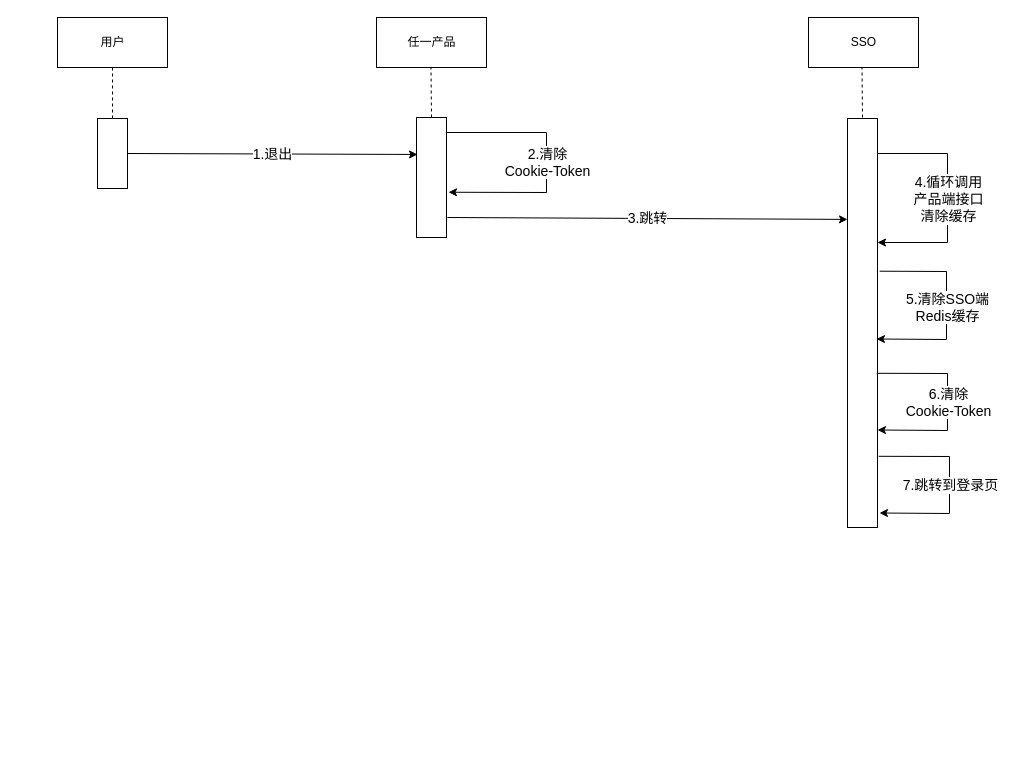
The draw.io diagram Project/SSO-退出.drawio in hao15239129517/drawio, before the edit. Source tidied: cells renumbered, new cells numbered last; positions are measured from the earlier drawing's top-left corner, leaving out a move shared by most shapes. Both pictures are drawn from the tidied source at 100%, with x=0, y=0 at pixel (57, 17).
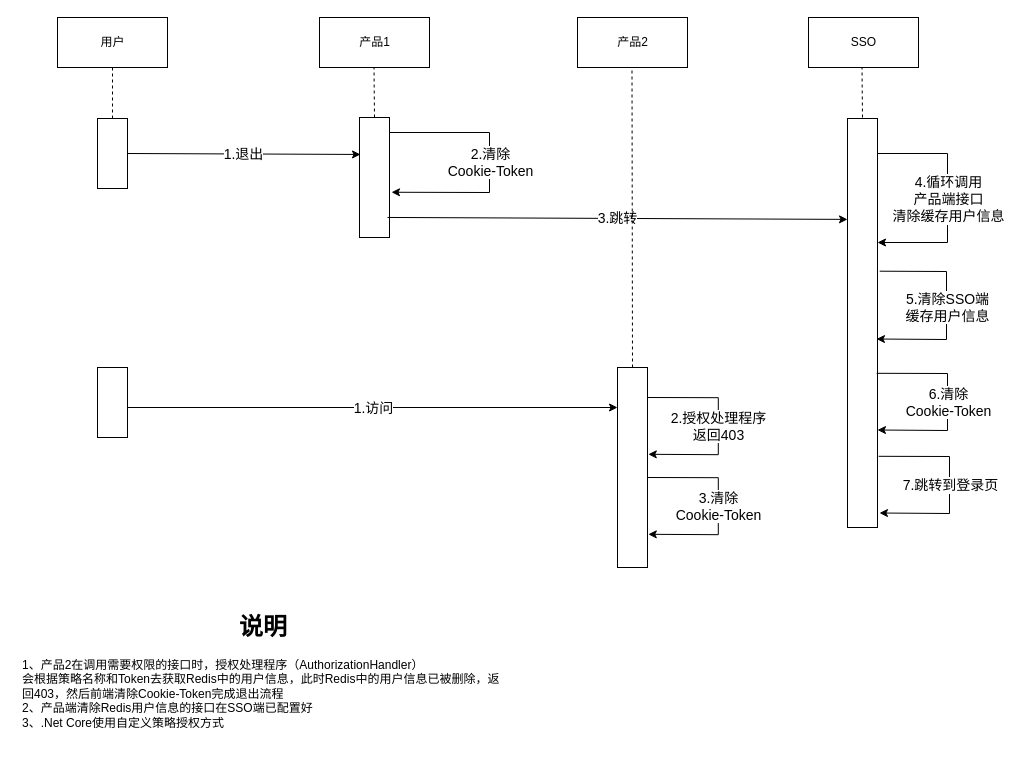
Above is the later version.

Unchanged cells that the change refers to:
```xml
<mxCell id="13" style="endArrow=classic;html=1;rounded=0;strokeWidth=1;fontSize=14;entryX=1;entryY=0.5;entryDx=0;entryDy=0;exitX=1.107;exitY=0.437;exitDx=0;exitDy=0;exitPerimeter=0;" parent="1" edge="1">
  <mxGeometry relative="1" as="geometry">
    <mxPoint x="822.2" y="253.7" as="sourcePoint" />
    <mxPoint x="819" y="321.5" as="targetPoint" />
    <Array as="points">
      <mxPoint x="889" y="254" />
      <mxPoint x="889" y="322" />
    </Array>
  </mxGeometry>
</mxCell>
<mxCell id="21" style="endArrow=classic;html=1;rounded=0;strokeWidth=1;fontSize=14;" parent="1" edge="1">
  <mxGeometry relative="1" as="geometry">
    <mxPoint x="820" y="136" as="sourcePoint" />
    <mxPoint x="820" y="225" as="targetPoint" />
    <Array as="points">
      <mxPoint x="890" y="136" />
      <mxPoint x="890" y="225" />
    </Array>
  </mxGeometry>
</mxCell>
```

Diff of the diagram source:
```diff
@@
-    <mxCell id="4" value="任一产品" style="html=1;" parent="1" vertex="1">
-      <mxGeometry x="319" width="110" height="50" as="geometry" />
+    <mxCell id="4" value="产品1" style="html=1;" parent="1" vertex="1">
+      <mxGeometry x="262" width="110" height="50" as="geometry" />
     </mxCell>
@@
     <mxCell id="9" style="rounded=0;whiteSpace=wrap;html=1;" parent="1" vertex="1">
-      <mxGeometry x="359" y="100" width="30" height="120" as="geometry" />
+      <mxGeometry x="302" y="100" width="30" height="120" as="geometry" />
     </mxCell>
@@
-    <mxCell id="11" style="endArrow=classic;html=1;rounded=0;strokeWidth=1;fontSize=14;entryX=0;entryY=0.664;entryDx=0;entryDy=0;entryPerimeter=0;" parent="1" edge="1">
+    <mxCell id="11" style="endArrow=classic;html=1;rounded=0;strokeWidth=1;fontSize=14;entryX=0;entryY=0.664;entryDx=0;entryDy=0;entryPerimeter=0;exitX=0.933;exitY=0.833;exitDx=0;exitDy=0;exitPerimeter=0;" parent="1" edge="1" source="9">
       <mxGeometry relative="1" as="geometry">
-        <mxPoint x="390" y="200" as="sourcePoint" />
         <mxPoint x="790" y="201.9" as="targetPoint" />
       </mxGeometry>
     </mxCell>
@@
-    <mxCell id="14" value="5.清除SSO端&lt;br&gt;Redis缓存" style="edgeLabel;html=1;align=center;verticalAlign=middle;fontSize=14;" parent="13" vertex="1">
+    <mxCell id="14" value="5.清除SSO端&lt;br&gt;缓存用户信息" style="edgeLabel;html=1;align=center;verticalAlign=middle;fontSize=14;" parent="13" vertex="1">
       <mxGeometry relative="1" as="geometry" />
     </mxCell>
     <mxCell id="15" style="endArrow=none;dashed=1;html=1;rounded=0;strokeWidth=1;fontSize=14;entryX=0.5;entryY=1;entryDx=0;entryDy=0;" parent="1" edge="1">
       <mxGeometry x="-1" y="109" relative="1" as="geometry">
-        <mxPoint x="374" y="100" as="sourcePoint" />
-        <mxPoint x="373.5" y="50" as="targetPoint" />
+        <mxPoint x="317" y="100" as="sourcePoint" />
+        <mxPoint x="316.5" y="50" as="targetPoint" />
         <mxPoint x="104" y="109" as="offset" />
       </mxGeometry>
     </mxCell>
@@
     <mxCell id="17" style="endArrow=classic;html=1;rounded=0;strokeWidth=1;fontSize=14;entryX=1.067;entryY=0.623;entryDx=0;entryDy=0;entryPerimeter=0;" parent="1" edge="1" target="9">
       <mxGeometry relative="1" as="geometry">
-        <mxPoint x="389" y="115" as="sourcePoint" />
+        <mxPoint x="332" y="115" as="sourcePoint" />
         <Array as="points">
-          <mxPoint x="489" y="115" />
-          <mxPoint x="489" y="175" />
+          <mxPoint x="432" y="115" />
+          <mxPoint x="432" y="175" />
         </Array>
       </mxGeometry>
     </mxCell>
@@
-    <mxCell id="22" value="4.循环调用&lt;br&gt;产品端接口&lt;br&gt;清除缓存" style="edgeLabel;html=1;align=center;verticalAlign=middle;fontSize=14;" parent="21" vertex="1">
+    <mxCell id="22" value="4.循环调用&lt;br&gt;产品端接口&lt;br&gt;清除缓存用户信息" style="edgeLabel;html=1;align=center;verticalAlign=middle;fontSize=14;" parent="21" vertex="1">
       <mxGeometry relative="1" as="geometry" />
     </mxCell>
@@
+    <mxCell id="25" value="产品2" style="html=1;" parent="1" vertex="1">
+      <mxGeometry x="520" width="110" height="50" as="geometry" />
+    </mxCell>
+    <mxCell id="26" style="rounded=0;whiteSpace=wrap;html=1;" parent="1" vertex="1">
+      <mxGeometry x="560" y="350" width="30" height="200" as="geometry" />
+    </mxCell>
+    <mxCell id="27" style="endArrow=none;dashed=1;html=1;rounded=0;strokeWidth=1;fontSize=14;entryX=0.5;entryY=1;entryDx=0;entryDy=0;exitX=0.5;exitY=0;exitDx=0;exitDy=0;" parent="1" edge="1" source="26">
+      <mxGeometry x="-1" y="109" relative="1" as="geometry">
+        <mxPoint x="574.5" y="50" as="targetPoint" />
+        <mxPoint x="104" y="109" as="offset" />
+      </mxGeometry>
+    </mxCell>
+    <mxCell id="28" style="rounded=0;whiteSpace=wrap;html=1;" parent="1" vertex="1">
+      <mxGeometry x="40" y="350" width="30" height="70" as="geometry" />
+    </mxCell>
+    <mxCell id="29" style="endArrow=classic;html=1;rounded=0;strokeWidth=1;exitX=1;exitY=0.5;exitDx=0;exitDy=0;" parent="1" edge="1">
+      <mxGeometry relative="1" as="geometry">
+        <mxPoint x="70" y="390" as="sourcePoint" />
+        <mxPoint x="560" y="390" as="targetPoint" />
+      </mxGeometry>
+    </mxCell>
+    <mxCell id="30" value="1.访问" style="edgeLabel;html=1;align=center;verticalAlign=middle;fontSize=14;" parent="29" vertex="1">
+      <mxGeometry relative="1" as="geometry" />
+    </mxCell>
+    <mxCell id="31" style="endArrow=classic;html=1;rounded=0;strokeWidth=1;fontSize=14;entryX=1;entryY=0.5;entryDx=0;entryDy=0;exitX=0.973;exitY=0.728;exitDx=0;exitDy=0;exitPerimeter=0;" parent="1" edge="1">
+      <mxGeometry relative="1" as="geometry">
+        <mxPoint x="590" y="380" as="sourcePoint" />
+        <mxPoint x="590.8" y="436.8" as="targetPoint" />
+        <Array as="points">
+          <mxPoint x="660.8" y="380.2" />
+          <mxPoint x="660.8" y="437.2" />
+        </Array>
+      </mxGeometry>
+    </mxCell>
+    <mxCell id="32" value="2.授权处理程序&lt;br&gt;返回403" style="edgeLabel;html=1;align=center;verticalAlign=middle;fontSize=14;" parent="31" vertex="1">
+      <mxGeometry relative="1" as="geometry" />
+    </mxCell>
+    <mxCell id="33" style="endArrow=classic;html=1;rounded=0;strokeWidth=1;fontSize=14;entryX=1;entryY=0.5;entryDx=0;entryDy=0;exitX=0.973;exitY=0.728;exitDx=0;exitDy=0;exitPerimeter=0;" parent="1" edge="1">
+      <mxGeometry relative="1" as="geometry">
+        <mxPoint x="590" y="460" as="sourcePoint" />
+        <mxPoint x="590.8" y="516.8" as="targetPoint" />
+        <Array as="points">
+          <mxPoint x="660.8" y="460.2" />
+          <mxPoint x="660.8" y="517.2" />
+        </Array>
+      </mxGeometry>
+    </mxCell>
+    <mxCell id="34" value="3.清除&lt;br&gt;Cookie-Token" style="edgeLabel;html=1;align=center;verticalAlign=middle;fontSize=14;" parent="33" vertex="1">
+      <mxGeometry relative="1" as="geometry" />
+    </mxCell>
+    <mxCell id="35" value="&lt;h1 style=&quot;text-align: center;&quot;&gt;说明&lt;/h1&gt;&lt;p&gt;1、产品2在调用需要权限的接口时，授权处理程序（AuthorizationHandler）&lt;br style=&quot;border-color: var(--border-color);&quot;&gt;会根据策略名称和Token去获取Redis中的用户信息，此时Redis中的用户信息已被删除，返回403，然后前端清除Cookie-Token完成退出流程&lt;br style=&quot;border-color: var(--border-color);&quot;&gt;2、产品端清除Redis用户信息的接口在SSO端已配置好&lt;br style=&quot;border-color: var(--border-color);&quot;&gt;3、.Net Core使用自定义策略授权方式&lt;br&gt;&lt;/p&gt;" style="text;html=1;strokeColor=none;fillColor=none;spacing=5;spacingTop=-20;whiteSpace=wrap;overflow=hidden;rounded=0;" parent="1" vertex="1">
+      <mxGeometry x="-40" y="590" width="490" height="150" as="geometry" />
+    </mxCell>
```
